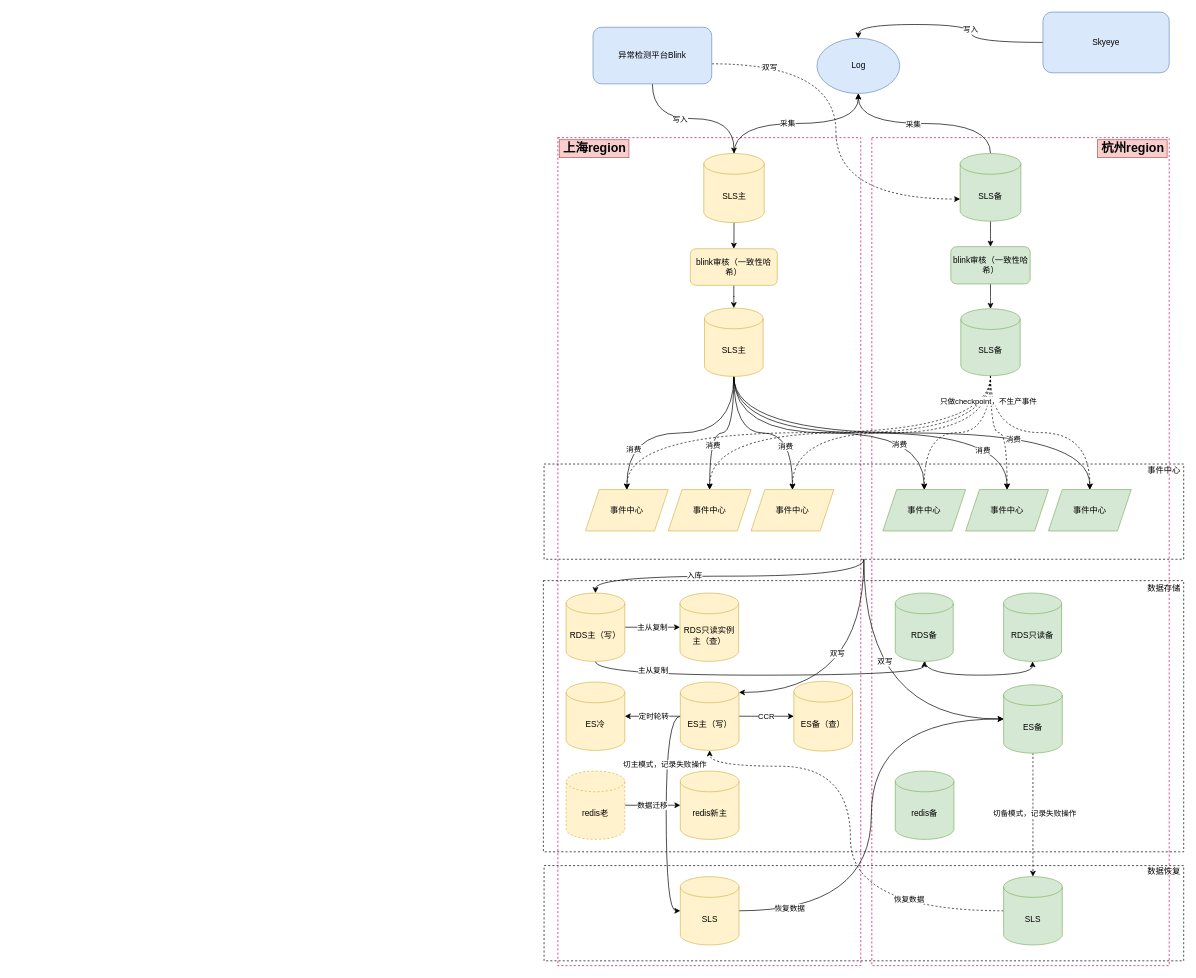
The draw.io diagram Untitled Diagram.drawio in vvangshaopeng/Test, before the edit. Source tidied: cells renumbered, new cells numbered last; positions are measured from the earlier drawing's top-left corner, leaving out a move shared by most shapes. Both pictures are drawn from the tidied source at 69%, with x=0, y=0 at pixel (543, 12).
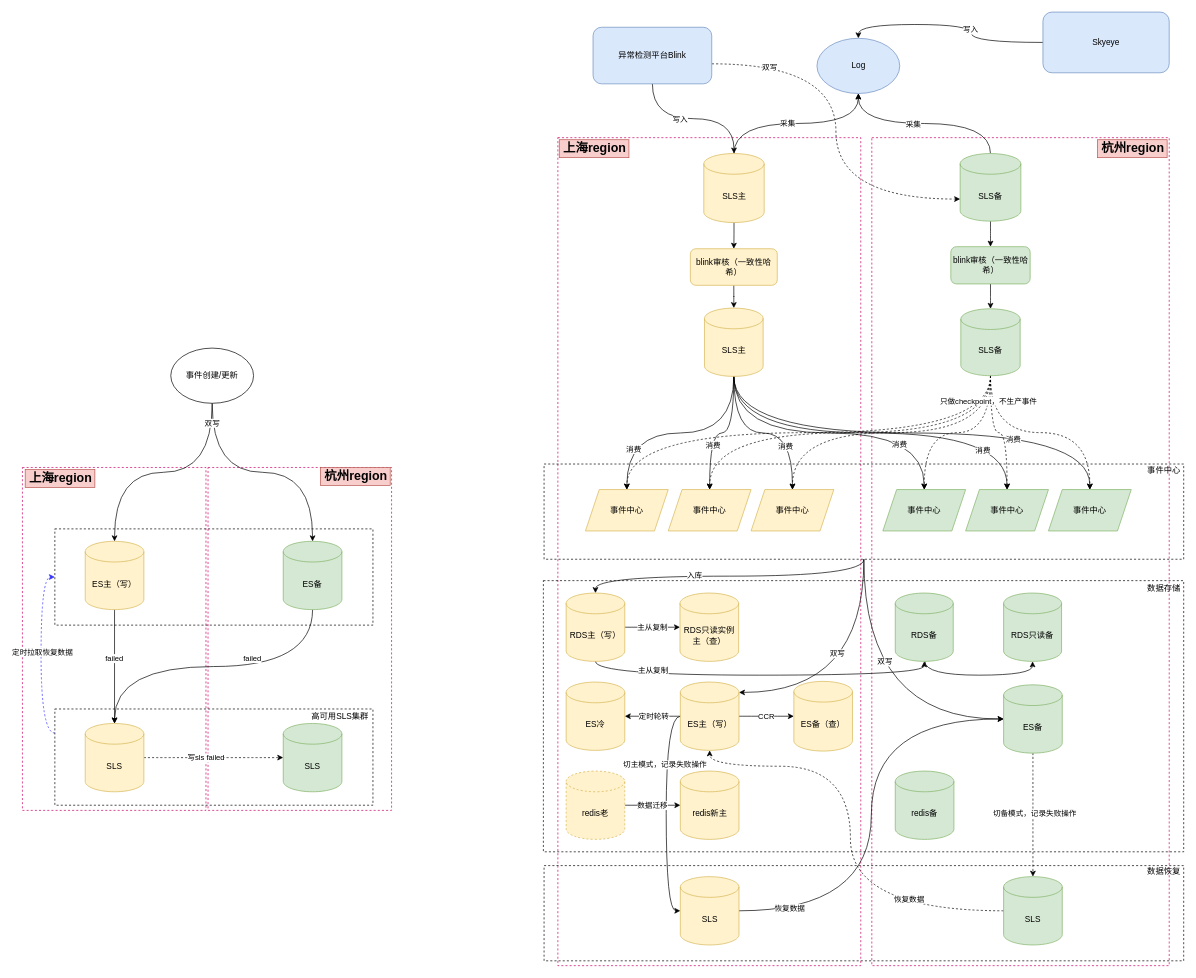
After the change.

Commit message:
事件中心多单元.drawio

The edit, as a diff of the source:
```diff
@@
+    <mxCell id="96" style="rounded=0;whiteSpace=wrap;html=1;fillColor=none;dashed=1;" parent="1" vertex="1">
+      <mxGeometry x="-708" y="749" width="461" height="139.5" as="geometry" />
+    </mxCell>
+    <mxCell id="97" style="rounded=0;whiteSpace=wrap;html=1;fillColor=none;dashed=1;strokeColor=#CC0066;" parent="1" vertex="1">
+      <mxGeometry x="-486" y="660" width="266" height="497" as="geometry" />
+    </mxCell>
+    <mxCell id="98" style="rounded=0;whiteSpace=wrap;html=1;fillColor=none;dashed=1;strokeColor=#CC0066;" parent="1" vertex="1">
+      <mxGeometry x="-755" y="660" width="266" height="497" as="geometry" />
+    </mxCell>
+    <mxCell id="5" style="rounded=0;whiteSpace=wrap;html=1;fillColor=none;dashed=1;strokeColor=#CC0066;" parent="1" vertex="1">
+      <mxGeometry x="21" y="182" width="439" height="1200" as="geometry" />
+    </mxCell>
@@
-    <mxCell id="5" style="rounded=0;whiteSpace=wrap;html=1;fillColor=none;dashed=1;strokeColor=#CC0066;" parent="1" vertex="1">
-      <mxGeometry x="21" y="182" width="439" height="1200" as="geometry" />
-    </mxCell>
@@
+    <mxCell id="99" style="edgeStyle=orthogonalEdgeStyle;rounded=0;jettySize=auto;html=1;entryX=0.5;entryY=0;entryDx=0;entryDy=0;entryPerimeter=0;" parent="1" edge="1" source="101" target="107">
+      <mxGeometry relative="1" as="geometry" />
+    </mxCell>
+    <mxCell id="100" value="failed" style="edgeLabel;html=1;align=center;verticalAlign=middle;" parent="99" vertex="1">
+      <mxGeometry x="-0.15" y="-1" relative="1" as="geometry" />
+    </mxCell>
+    <mxCell id="101" value="ES主（写）" style="shape=cylinder3;whiteSpace=wrap;html=1;boundedLbl=1;backgroundOutline=1;size=15;fillColor=#fff2cc;strokeColor=#d6b656;" parent="1" vertex="1">
+      <mxGeometry x="-664" y="767" width="85" height="99" as="geometry" />
+    </mxCell>
+    <mxCell id="102" style="edgeStyle=orthogonalEdgeStyle;curved=1;rounded=0;jettySize=auto;html=1;entryX=0.5;entryY=0;entryDx=0;entryDy=0;entryPerimeter=0;exitX=0.5;exitY=1;exitDx=0;exitDy=0;exitPerimeter=0;" parent="1" edge="1" source="104" target="107">
+      <mxGeometry relative="1" as="geometry" />
+    </mxCell>
+    <mxCell id="103" value="failed" style="edgeLabel;html=1;align=center;verticalAlign=middle;" parent="102" vertex="1">
+      <mxGeometry x="-0.24" y="-12" relative="1" as="geometry">
+        <mxPoint x="1" as="offset" />
+      </mxGeometry>
+    </mxCell>
+    <mxCell id="104" value="ES备" style="shape=cylinder3;whiteSpace=wrap;html=1;boundedLbl=1;backgroundOutline=1;size=15;fillColor=#d5e8d4;strokeColor=#82b366;" parent="1" vertex="1">
+      <mxGeometry x="-377" y="767" width="85" height="99" as="geometry" />
+    </mxCell>
+    <mxCell id="105" style="edgeStyle=orthogonalEdgeStyle;curved=1;rounded=0;jettySize=auto;html=1;entryX=0;entryY=0.5;entryDx=0;entryDy=0;entryPerimeter=0;dashed=1;" parent="1" edge="1" source="107" target="108">
+      <mxGeometry relative="1" as="geometry" />
+    </mxCell>
+    <mxCell id="106" value="写sls failed" style="edgeLabel;html=1;align=center;verticalAlign=middle;" parent="105" vertex="1">
+      <mxGeometry x="-0.41" y="4" relative="1" as="geometry">
+        <mxPoint x="29" y="4" as="offset" />
+      </mxGeometry>
+    </mxCell>
+    <mxCell id="107" value="SLS" style="shape=cylinder3;whiteSpace=wrap;html=1;boundedLbl=1;backgroundOutline=1;size=15;fillColor=#fff2cc;strokeColor=#d6b656;" parent="1" vertex="1">
+      <mxGeometry x="-664" y="1031" width="85" height="99" as="geometry" />
+    </mxCell>
+    <mxCell id="108" value="SLS" style="shape=cylinder3;whiteSpace=wrap;html=1;boundedLbl=1;backgroundOutline=1;size=15;fillColor=#d5e8d4;strokeColor=#82b366;" parent="1" vertex="1">
+      <mxGeometry x="-377" y="1031" width="85" height="99" as="geometry" />
+    </mxCell>
+    <mxCell id="109" style="edgeStyle=orthogonalEdgeStyle;rounded=0;jettySize=auto;html=1;entryX=0.5;entryY=0;entryDx=0;entryDy=0;entryPerimeter=0;curved=1;exitX=0.5;exitY=1;exitDx=0;exitDy=0;" parent="1" edge="1" source="112" target="101">
+      <mxGeometry relative="1" as="geometry" />
+    </mxCell>
+    <mxCell id="110" style="edgeStyle=orthogonalEdgeStyle;curved=1;rounded=0;jettySize=auto;html=1;exitX=0.5;exitY=1;exitDx=0;exitDy=0;" parent="1" edge="1" source="112" target="104">
+      <mxGeometry relative="1" as="geometry" />
+    </mxCell>
+    <mxCell id="111" value="双写" style="edgeLabel;html=1;align=center;verticalAlign=middle;" parent="110" vertex="1">
+      <mxGeometry x="-0.84" y="-1" relative="1" as="geometry" />
+    </mxCell>
+    <mxCell id="112" value="事件创建/更新" style="ellipse;whiteSpace=wrap;html=1;" parent="1" vertex="1">
+      <mxGeometry x="-540" y="487" width="120" height="80" as="geometry" />
+    </mxCell>
+    <mxCell id="113" style="edgeStyle=orthogonalEdgeStyle;curved=1;rounded=0;jettySize=auto;html=1;entryX=0;entryY=0.5;entryDx=0;entryDy=0;dashed=1;exitX=0;exitY=0.25;exitDx=0;exitDy=0;fillColor=#f8cecc;strokeColor=#3333FF;" parent="1" edge="1" source="115" target="96">
+      <mxGeometry relative="1" as="geometry" />
+    </mxCell>
+    <mxCell id="114" value="定时拉取恢复数据" style="edgeLabel;html=1;align=center;verticalAlign=middle;" parent="113" vertex="1">
+      <mxGeometry x="0.03" y="-1" relative="1" as="geometry" />
+    </mxCell>
+    <mxCell id="115" style="rounded=0;whiteSpace=wrap;html=1;fillColor=none;dashed=1;" parent="1" vertex="1">
+      <mxGeometry x="-708" y="1010" width="461" height="139.5" as="geometry" />
+    </mxCell>
+    <mxCell id="116" value="高可用SLS集群" style="text;html=1;align=center;verticalAlign=middle;" parent="1" vertex="1">
+      <mxGeometry x="-342" y="1011.5" width="93" height="18" as="geometry" />
+    </mxCell>
+    <mxCell id="117" value="上海region" style="text;html=1;align=center;verticalAlign=middle;fillColor=#f8cecc;strokeColor=#b85450;fontStyle=1;fontSize=18;" parent="1" vertex="1">
+      <mxGeometry x="-751" y="663" width="101" height="26" as="geometry" />
+    </mxCell>
+    <mxCell id="118" value="杭州region" style="text;html=1;align=center;verticalAlign=middle;fillColor=#f8cecc;strokeColor=#b85450;fontStyle=1;fontSize=18;" parent="1" vertex="1">
+      <mxGeometry x="-323" y="660" width="101" height="26" as="geometry" />
+    </mxCell>
```
